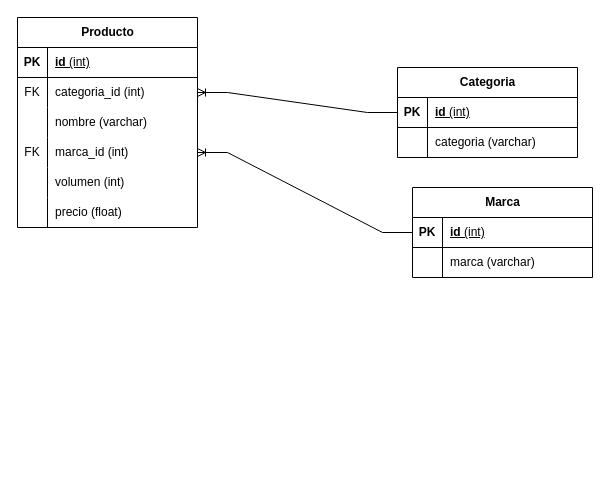
Before: ER_Boozemart.drawio in DiggsPapu/lab2_MLE, a draw.io diagram. Source tidied: cells renumbered, new cells numbered last; positions are measured from the earlier drawing's top-left corner, leaving out a move shared by most shapes. Both pictures are drawn from the tidied source at 100%, with x=0, y=0 at pixel (17, 17).
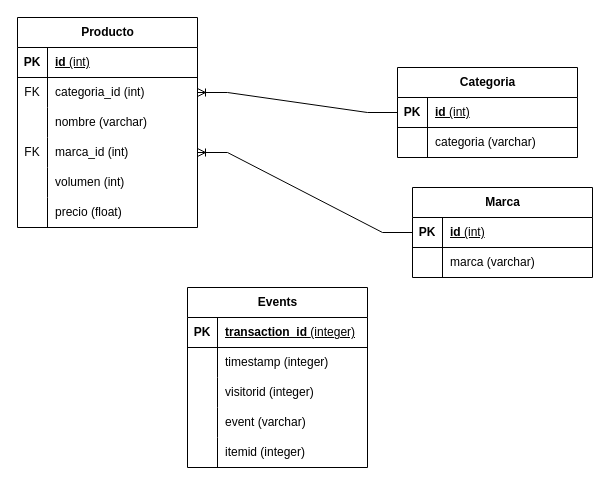
After the change.

Commit message:
feat: add events table

Change to the diagram source:
```diff
@@
+    <mxCell id="37" value="Events" style="shape=table;startSize=30;childLayout=tableLayout;rowLines=0;fontStyle=1;align=center;html=1;" parent="1" vertex="1">
+      <mxGeometry x="170" y="270" width="180" height="180" as="geometry" />
+    </mxCell>
+    <mxCell id="38" style="shape=tableRow;horizontal=0;startSize=0;swimlaneHead=0;swimlaneBody=0;fillColor=none;top=0;left=0;right=0;bottom=1;" parent="37" vertex="1">
+      <mxGeometry y="30" width="180" height="30" as="geometry" />
+    </mxCell>
+    <mxCell id="39" value="PK" style="shape=partialRectangle;fillColor=none;top=0;left=0;bottom=0;right=0;fontStyle=1;overflow=hidden;whiteSpace=wrap;html=1;" parent="38" vertex="1">
+      <mxGeometry width="30" height="30" as="geometry" />
+    </mxCell>
+    <mxCell id="40" value="transaction_id &lt;span style=&quot;font-weight: normal;&quot;&gt;(integer)&lt;/span&gt;" style="shape=partialRectangle;fillColor=none;top=0;left=0;bottom=0;right=0;align=left;spacingLeft=6;fontStyle=5;overflow=hidden;whiteSpace=wrap;html=1;" parent="38" vertex="1">
+      <mxGeometry x="30" width="150" height="30" as="geometry" />
+    </mxCell>
+    <mxCell id="41" style="shape=tableRow;horizontal=0;startSize=0;swimlaneHead=0;swimlaneBody=0;fillColor=none;top=0;left=0;right=0;bottom=0;" parent="37" vertex="1">
+      <mxGeometry y="60" width="180" height="30" as="geometry" />
+    </mxCell>
+    <mxCell id="42" style="shape=partialRectangle;fillColor=none;top=0;left=0;bottom=0;right=0;overflow=hidden;whiteSpace=wrap;html=1;" parent="41" vertex="1">
+      <mxGeometry width="30" height="30" as="geometry" />
+    </mxCell>
+    <mxCell id="43" value="timestamp (integer)" style="shape=partialRectangle;fillColor=none;top=0;left=0;bottom=0;right=0;align=left;spacingLeft=6;overflow=hidden;whiteSpace=wrap;html=1;" parent="41" vertex="1">
+      <mxGeometry x="30" width="150" height="30" as="geometry" />
+    </mxCell>
+    <mxCell id="44" style="shape=tableRow;horizontal=0;startSize=0;swimlaneHead=0;swimlaneBody=0;fillColor=none;top=0;left=0;right=0;bottom=0;" parent="37" vertex="1">
+      <mxGeometry y="90" width="180" height="30" as="geometry" />
+    </mxCell>
+    <mxCell id="45" style="shape=partialRectangle;fillColor=none;top=0;left=0;bottom=0;right=0;overflow=hidden;whiteSpace=wrap;html=1;" parent="44" vertex="1">
+      <mxGeometry width="30" height="30" as="geometry" />
+    </mxCell>
+    <mxCell id="46" value="visitorid (integer)" style="shape=partialRectangle;fillColor=none;top=0;left=0;bottom=0;right=0;align=left;spacingLeft=6;overflow=hidden;whiteSpace=wrap;html=1;" parent="44" vertex="1">
+      <mxGeometry x="30" width="150" height="30" as="geometry" />
+    </mxCell>
+    <mxCell id="47" style="shape=tableRow;horizontal=0;startSize=0;swimlaneHead=0;swimlaneBody=0;fillColor=none;top=0;left=0;right=0;bottom=0;" parent="37" vertex="1">
+      <mxGeometry y="120" width="180" height="30" as="geometry" />
+    </mxCell>
+    <mxCell id="48" style="shape=partialRectangle;fillColor=none;top=0;left=0;bottom=0;right=0;overflow=hidden;whiteSpace=wrap;html=1;" parent="47" vertex="1">
+      <mxGeometry width="30" height="30" as="geometry" />
+    </mxCell>
+    <mxCell id="49" value="event (varchar)" style="shape=partialRectangle;fillColor=none;top=0;left=0;bottom=0;right=0;align=left;spacingLeft=6;overflow=hidden;whiteSpace=wrap;html=1;" parent="47" vertex="1">
+      <mxGeometry x="30" width="150" height="30" as="geometry" />
+    </mxCell>
+    <mxCell id="50" style="shape=tableRow;horizontal=0;startSize=0;swimlaneHead=0;swimlaneBody=0;fillColor=none;top=0;left=0;right=0;bottom=0;" parent="37" vertex="1">
+      <mxGeometry y="150" width="180" height="30" as="geometry" />
+    </mxCell>
+    <mxCell id="51" style="shape=partialRectangle;fillColor=none;top=0;left=0;bottom=0;right=0;overflow=hidden;whiteSpace=wrap;html=1;" parent="50" vertex="1">
+      <mxGeometry width="30" height="30" as="geometry" />
+    </mxCell>
+    <mxCell id="52" value="itemid (integer)" style="shape=partialRectangle;fillColor=none;top=0;left=0;bottom=0;right=0;align=left;spacingLeft=6;overflow=hidden;whiteSpace=wrap;html=1;" parent="50" vertex="1">
+      <mxGeometry x="30" width="150" height="30" as="geometry" />
+    </mxCell>
```
